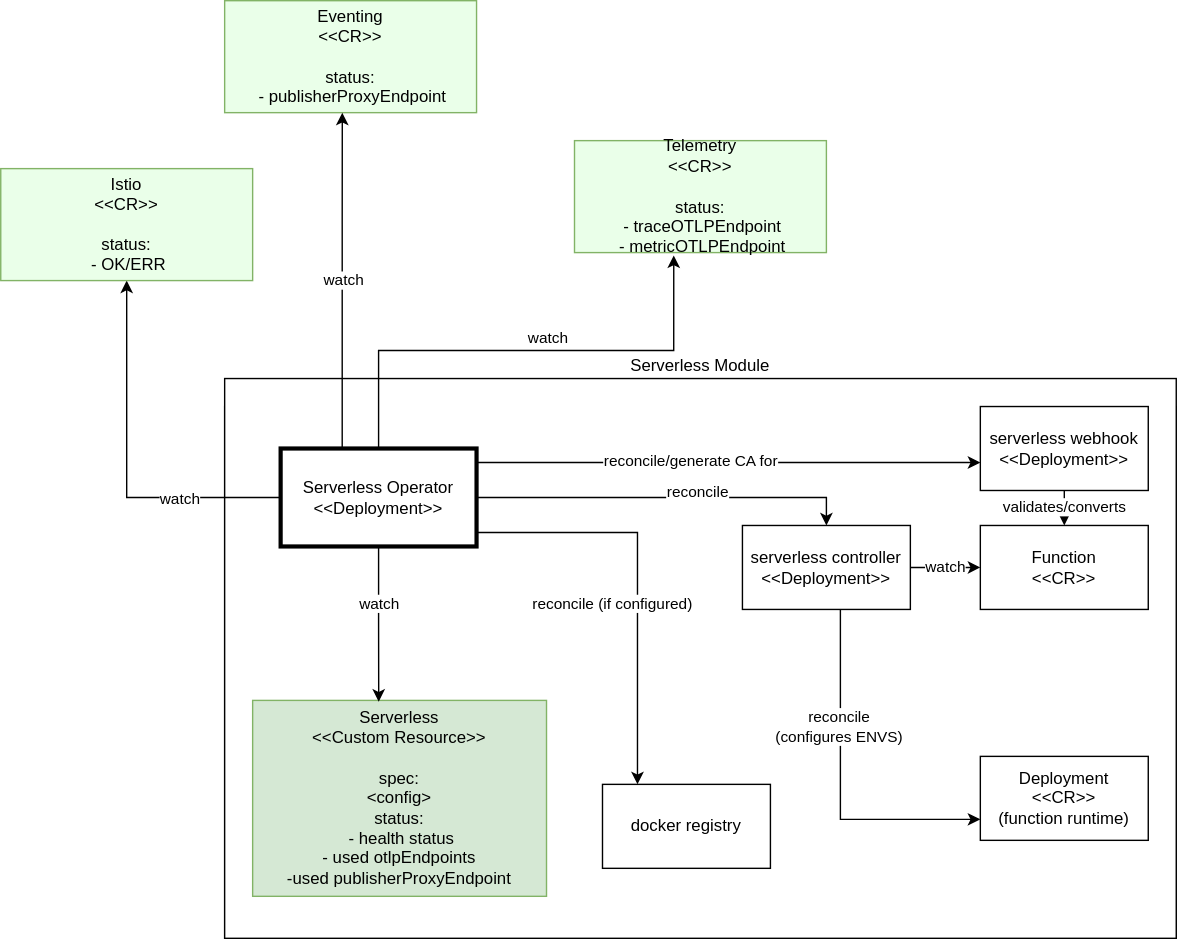
Above: docs/assets/modular-serverless.drawio.svg in kyma-project/serverless (draw.io), before the change. Source tidied: cells renumbered, new cells last; positions are measured from the earlier drawing's top-left corner, leaving out a move shared by most shapes. Source of this version:
```xml
<mxGraphModel>
  <root>
    <mxCell id="0" />
    <mxCell id="1" parent="0" />
    <mxCell id="2" value="Serverless Module" style="rounded=0;whiteSpace=wrap;html=1;labelPosition=center;verticalLabelPosition=top;align=center;verticalAlign=bottom;" parent="1" vertex="1">
      <mxGeometry x="160" y="290" width="680" height="380" as="geometry" />
    </mxCell>
    <mxCell id="3" value="Serverless&lt;br&gt;&amp;lt;&amp;lt;Custom Resource&amp;gt;&amp;gt;&lt;br&gt;&lt;br&gt;spec:&lt;br&gt;&amp;lt;config&amp;gt;&lt;br&gt;status:&lt;br&gt;OK/ERR" style="rounded=0;whiteSpace=wrap;html=1;fillColor=#d5e8d4;strokeColor=#82b366;" parent="1" vertex="1">
      <mxGeometry x="180" y="500" width="210" height="140" as="geometry" />
    </mxCell>
    <mxCell id="4" style="edgeStyle=orthogonalEdgeStyle;rounded=0;jettySize=auto;html=1;entryX=0.429;entryY=0.007;entryDx=0;entryDy=0;entryPerimeter=0;" parent="1" edge="1" source="10" target="3">
      <mxGeometry relative="1" as="geometry" />
    </mxCell>
    <mxCell id="5" value="watch&amp;nbsp;" style="edgeLabel;html=1;align=center;verticalAlign=middle;" parent="4" vertex="1">
      <mxGeometry x="-0.28" y="1" relative="1" as="geometry" />
    </mxCell>
    <mxCell id="6" style="edgeStyle=orthogonalEdgeStyle;rounded=0;jettySize=auto;html=1;" parent="1" edge="1" source="10" target="14">
      <mxGeometry relative="1" as="geometry" />
    </mxCell>
    <mxCell id="7" value="reconcile" style="edgeLabel;html=1;align=center;verticalAlign=middle;" parent="6" vertex="1">
      <mxGeometry x="0.14" y="-5" relative="1" as="geometry">
        <mxPoint x="3" y="-10" as="offset" />
      </mxGeometry>
    </mxCell>
    <mxCell id="8" style="edgeStyle=orthogonalEdgeStyle;rounded=0;jettySize=auto;html=1;" parent="1" edge="1" source="10" target="15">
      <mxGeometry relative="1" as="geometry">
        <Array as="points">
          <mxPoint x="455" y="380" />
        </Array>
      </mxGeometry>
    </mxCell>
    <mxCell id="9" value="reconcile (if configured)" style="edgeLabel;html=1;align=center;verticalAlign=middle;" parent="8" vertex="1">
      <mxGeometry x="-0.35" y="-2" relative="1" as="geometry">
        <mxPoint y="48" as="offset" />
      </mxGeometry>
    </mxCell>
    <mxCell id="10" value="Serverless Operator&lt;br&gt;&amp;lt;&amp;lt;Deployment&amp;gt;&amp;gt;" style="rounded=0;whiteSpace=wrap;html=1;strokeWidth=3;" parent="1" vertex="1">
      <mxGeometry x="200" y="320" width="140" height="70" as="geometry" />
    </mxCell>
    <mxCell id="11" value="watch" style="edgeStyle=orthogonalEdgeStyle;rounded=0;jettySize=auto;html=1;" parent="1" edge="1" source="14" target="16">
      <mxGeometry relative="1" as="geometry" />
    </mxCell>
    <mxCell id="12" style="edgeStyle=orthogonalEdgeStyle;rounded=0;jettySize=auto;html=1;entryX=0;entryY=0.75;entryDx=0;entryDy=0;" parent="1" edge="1" source="14" target="18">
      <mxGeometry relative="1" as="geometry">
        <Array as="points">
          <mxPoint x="600" y="480" />
        </Array>
      </mxGeometry>
    </mxCell>
    <mxCell id="13" value="reconcile&lt;br&gt;(configures ENVS)" style="edgeLabel;html=1;align=center;verticalAlign=middle;" parent="12" vertex="1">
      <mxGeometry x="-0.33" y="-2" relative="1" as="geometry" />
    </mxCell>
    <mxCell id="14" value="serverless controller&lt;br&gt;&amp;lt;&amp;lt;Deployment&amp;gt;&amp;gt;" style="rounded=0;whiteSpace=wrap;html=1;" parent="1" vertex="1">
      <mxGeometry x="530" y="325" width="120" height="60" as="geometry" />
    </mxCell>
    <mxCell id="15" value="docker registry" style="rounded=0;whiteSpace=wrap;html=1;" parent="1" vertex="1">
      <mxGeometry x="430" y="560" width="120" height="60" as="geometry" />
    </mxCell>
    <mxCell id="16" value="Function&lt;br&gt;&amp;lt;&amp;lt;CR&amp;gt;&amp;gt;" style="rounded=0;whiteSpace=wrap;html=1;" parent="1" vertex="1">
      <mxGeometry x="700" y="325" width="120" height="60" as="geometry" />
    </mxCell>
    <mxCell id="17" value="Eventing&lt;br&gt;&amp;lt;&amp;lt;CR&amp;gt;&amp;gt;&lt;br&gt;&lt;br&gt;status:&lt;br&gt;&amp;nbsp;- publisherProxyEndpoint" style="rounded=0;whiteSpace=wrap;html=1;fillColor=#EAFFE9;strokeColor=#82b366;" parent="1" vertex="1">
      <mxGeometry x="160" width="180" height="80" as="geometry" />
    </mxCell>
    <mxCell id="18" value="Deployment&lt;br&gt;&amp;lt;&amp;lt;CR&amp;gt;&amp;gt;&lt;br&gt;(function runtime)" style="rounded=0;whiteSpace=wrap;html=1;strokeWidth=1;fillColor=#FFFFFF;" parent="1" vertex="1">
      <mxGeometry x="700" y="435" width="120" height="60" as="geometry" />
    </mxCell>
    <mxCell id="19" value="Serverless Module" style="rounded=0;whiteSpace=wrap;html=1;labelPosition=center;verticalLabelPosition=top;align=center;verticalAlign=bottom;" parent="1" vertex="1">
      <mxGeometry x="160" y="270" width="680" height="400" as="geometry" />
    </mxCell>
    <mxCell id="20" value="Serverless&lt;br&gt;&amp;lt;&amp;lt;Custom Resource&amp;gt;&amp;gt;&lt;br&gt;&lt;br&gt;spec:&lt;br&gt;&amp;lt;config&amp;gt;&lt;br&gt;status:&lt;br&gt;&amp;nbsp;- health status&lt;br&gt;- used otlpEndpoints&lt;br&gt;-used publisherProxyEndpoint&lt;br&gt;" style="rounded=0;whiteSpace=wrap;html=1;fillColor=#d5e8d4;strokeColor=#82b366;" parent="1" vertex="1">
      <mxGeometry x="180" y="500" width="210" height="140" as="geometry" />
    </mxCell>
    <mxCell id="21" style="edgeStyle=orthogonalEdgeStyle;rounded=0;jettySize=auto;html=1;entryX=0.429;entryY=0.007;entryDx=0;entryDy=0;entryPerimeter=0;" parent="1" edge="1" source="33" target="20">
      <mxGeometry relative="1" as="geometry" />
    </mxCell>
    <mxCell id="22" value="watch&amp;nbsp;" style="edgeLabel;html=1;align=center;verticalAlign=middle;" parent="21" vertex="1">
      <mxGeometry x="-0.28" y="1" relative="1" as="geometry" />
    </mxCell>
    <mxCell id="23" style="edgeStyle=orthogonalEdgeStyle;rounded=0;jettySize=auto;html=1;entryX=0.5;entryY=0;entryDx=0;entryDy=0;" parent="1" edge="1" source="33" target="37">
      <mxGeometry relative="1" as="geometry" />
    </mxCell>
    <mxCell id="24" value="reconcile" style="edgeLabel;html=1;align=center;verticalAlign=middle;" parent="23" vertex="1">
      <mxGeometry x="0.14" y="-5" relative="1" as="geometry">
        <mxPoint x="3" y="-10" as="offset" />
      </mxGeometry>
    </mxCell>
    <mxCell id="25" style="edgeStyle=orthogonalEdgeStyle;rounded=0;jettySize=auto;html=1;" parent="1" edge="1" source="33" target="38">
      <mxGeometry relative="1" as="geometry">
        <Array as="points">
          <mxPoint x="455" y="380" />
        </Array>
      </mxGeometry>
    </mxCell>
    <mxCell id="26" value="reconcile (if configured)" style="edgeLabel;html=1;align=center;verticalAlign=middle;" parent="25" vertex="1">
      <mxGeometry x="-0.35" y="-2" relative="1" as="geometry">
        <mxPoint y="48" as="offset" />
      </mxGeometry>
    </mxCell>
    <mxCell id="27" style="edgeStyle=orthogonalEdgeStyle;rounded=0;jettySize=auto;html=1;entryX=0.394;entryY=1.025;entryDx=0;entryDy=0;entryPerimeter=0;" parent="1" edge="1" source="33" target="40">
      <mxGeometry relative="1" as="geometry">
        <Array as="points">
          <mxPoint x="270" y="250" />
          <mxPoint x="481" y="250" />
        </Array>
      </mxGeometry>
    </mxCell>
    <mxCell id="28" value="watch" style="edgeLabel;html=1;align=center;verticalAlign=middle;" parent="27" vertex="1">
      <mxGeometry x="0.16" y="-2" relative="1" as="geometry">
        <mxPoint x="-12" y="-12" as="offset" />
      </mxGeometry>
    </mxCell>
    <mxCell id="29" style="edgeStyle=orthogonalEdgeStyle;rounded=0;jettySize=auto;html=1;entryX=0.5;entryY=1;entryDx=0;entryDy=0;" parent="1" edge="1" source="33" target="44">
      <mxGeometry relative="1" as="geometry" />
    </mxCell>
    <mxCell id="30" value="watch" style="edgeLabel;html=1;align=center;verticalAlign=middle;" parent="29" vertex="1">
      <mxGeometry x="-0.45" relative="1" as="geometry" />
    </mxCell>
    <mxCell id="31" style="edgeStyle=orthogonalEdgeStyle;rounded=0;jettySize=auto;html=1;" parent="1" edge="1" source="33" target="47">
      <mxGeometry relative="1" as="geometry">
        <Array as="points">
          <mxPoint x="650" y="330" />
          <mxPoint x="650" y="330" />
        </Array>
      </mxGeometry>
    </mxCell>
    <mxCell id="32" value="reconcile/generate CA for" style="edgeLabel;html=1;align=center;verticalAlign=middle;" parent="31" vertex="1">
      <mxGeometry x="-0.16" y="2" relative="1" as="geometry" />
    </mxCell>
    <mxCell id="33" value="Serverless Operator&lt;br&gt;&amp;lt;&amp;lt;Deployment&amp;gt;&amp;gt;" style="rounded=0;whiteSpace=wrap;html=1;strokeWidth=3;" parent="1" vertex="1">
      <mxGeometry x="200" y="320" width="140" height="70" as="geometry" />
    </mxCell>
    <mxCell id="34" value="watch" style="edgeStyle=orthogonalEdgeStyle;rounded=0;jettySize=auto;html=1;" parent="1" edge="1" source="37" target="39">
      <mxGeometry relative="1" as="geometry" />
    </mxCell>
    <mxCell id="35" style="edgeStyle=orthogonalEdgeStyle;rounded=0;jettySize=auto;html=1;entryX=0;entryY=0.75;entryDx=0;entryDy=0;" parent="1" edge="1" source="37" target="41">
      <mxGeometry relative="1" as="geometry">
        <Array as="points">
          <mxPoint x="600" y="585" />
        </Array>
      </mxGeometry>
    </mxCell>
    <mxCell id="36" value="reconcile&lt;br&gt;(configures ENVS)" style="edgeLabel;html=1;align=center;verticalAlign=middle;" parent="35" vertex="1">
      <mxGeometry x="-0.33" y="-2" relative="1" as="geometry" />
    </mxCell>
    <mxCell id="37" value="serverless controller&lt;br&gt;&amp;lt;&amp;lt;Deployment&amp;gt;&amp;gt;" style="rounded=0;whiteSpace=wrap;html=1;" parent="1" vertex="1">
      <mxGeometry x="530" y="375" width="120" height="60" as="geometry" />
    </mxCell>
    <mxCell id="38" value="docker registry" style="rounded=0;whiteSpace=wrap;html=1;" parent="1" vertex="1">
      <mxGeometry x="430" y="560" width="120" height="60" as="geometry" />
    </mxCell>
    <mxCell id="39" value="Function&lt;br&gt;&amp;lt;&amp;lt;CR&amp;gt;&amp;gt;" style="rounded=0;whiteSpace=wrap;html=1;" parent="1" vertex="1">
      <mxGeometry x="700" y="375" width="120" height="60" as="geometry" />
    </mxCell>
    <mxCell id="40" value="Telemetry&lt;br&gt;&amp;lt;&amp;lt;CR&amp;gt;&amp;gt;&lt;br&gt;&lt;br&gt;status:&lt;br&gt;&amp;nbsp;- traceOTLPEndpoint&lt;br&gt;&amp;nbsp;- metricOTLPEndpoint" style="rounded=0;whiteSpace=wrap;html=1;fillColor=#EAFFE9;strokeColor=#82b366;" parent="1" vertex="1">
      <mxGeometry x="410" y="100" width="180" height="80" as="geometry" />
    </mxCell>
    <mxCell id="41" value="Deployment&lt;br&gt;&amp;lt;&amp;lt;CR&amp;gt;&amp;gt;&lt;br&gt;(function runtime)" style="rounded=0;whiteSpace=wrap;html=1;strokeWidth=1;fillColor=#FFFFFF;" parent="1" vertex="1">
      <mxGeometry x="700" y="540" width="120" height="60" as="geometry" />
    </mxCell>
    <mxCell id="42" style="edgeStyle=orthogonalEdgeStyle;rounded=0;jettySize=auto;html=1;entryX=0.467;entryY=1;entryDx=0;entryDy=0;entryPerimeter=0;" parent="1" edge="1" source="10" target="17">
      <mxGeometry relative="1" as="geometry">
        <Array as="points">
          <mxPoint x="244" y="160" />
          <mxPoint x="244" y="160" />
        </Array>
      </mxGeometry>
    </mxCell>
    <mxCell id="43" value="watch" style="edgeLabel;html=1;align=center;verticalAlign=middle;" parent="42" vertex="1">
      <mxGeometry x="-0.12" relative="1" as="geometry">
        <mxPoint y="-15" as="offset" />
      </mxGeometry>
    </mxCell>
    <mxCell id="44" value="Istio&lt;br&gt;&amp;lt;&amp;lt;CR&amp;gt;&amp;gt;&lt;br&gt;&lt;br&gt;status:&lt;br&gt;&amp;nbsp;- OK/ERR" style="rounded=0;whiteSpace=wrap;html=1;fillColor=#EAFFE9;strokeColor=#82b366;" parent="1" vertex="1">
      <mxGeometry y="120" width="180" height="80" as="geometry" />
    </mxCell>
    <mxCell id="45" style="edgeStyle=orthogonalEdgeStyle;rounded=0;jettySize=auto;html=1;exitX=0.5;exitY=1;exitDx=0;exitDy=0;entryX=0.5;entryY=0;entryDx=0;entryDy=0;" parent="1" edge="1" source="47" target="39">
      <mxGeometry relative="1" as="geometry" />
    </mxCell>
    <mxCell id="46" value="validates/converts" style="edgeLabel;html=1;align=center;verticalAlign=middle;" parent="45" vertex="1">
      <mxGeometry x="-0.12" y="-1" relative="1" as="geometry" />
    </mxCell>
    <mxCell id="47" value="serverless webhook&lt;br&gt;&amp;lt;&amp;lt;Deployment&amp;gt;&amp;gt;" style="rounded=0;whiteSpace=wrap;html=1;" parent="1" vertex="1">
      <mxGeometry x="700" y="290" width="120" height="60" as="geometry" />
    </mxCell>
  </root>
</mxGraphModel>
```
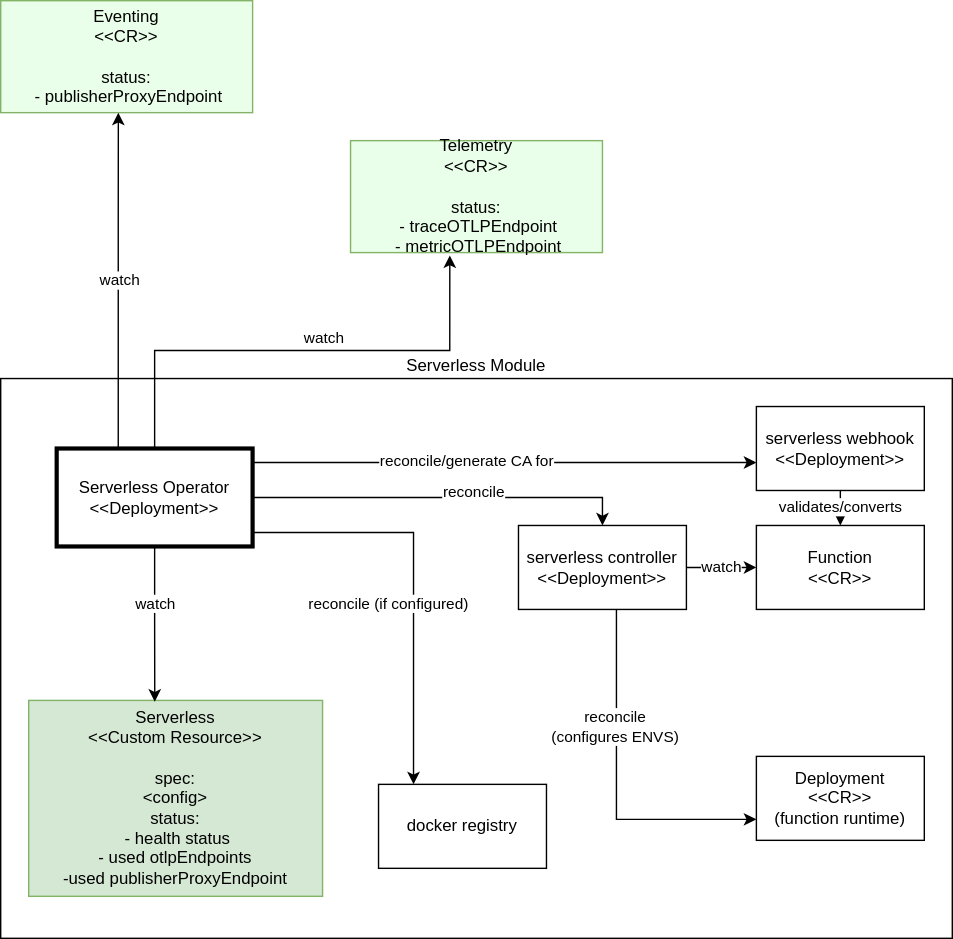
The same diagram one commit later.

Commit message:
Remove istio prerequisite check from reconciliation logic

Change to the diagram source:
```diff
@@ -110,12 +110,6 @@
         <mxPoint x="-12" y="-12" as="offset" />
       </mxGeometry>
     </mxCell>
-    <mxCell id="29" style="edgeStyle=orthogonalEdgeStyle;rounded=0;jettySize=auto;html=1;entryX=0.5;entryY=1;entryDx=0;entryDy=0;" parent="1" edge="1" source="33" target="44">
-      <mxGeometry relative="1" as="geometry" />
-    </mxCell>
-    <mxCell id="30" value="watch" style="edgeLabel;html=1;align=center;verticalAlign=middle;" parent="29" vertex="1">
-      <mxGeometry x="-0.45" relative="1" as="geometry" />
-    </mxCell>
     <mxCell id="31" style="edgeStyle=orthogonalEdgeStyle;rounded=0;jettySize=auto;html=1;" parent="1" edge="1" source="33" target="47">
       <mxGeometry relative="1" as="geometry">
         <Array as="points">
@@ -171,9 +165,6 @@
         <mxPoint y="-15" as="offset" />
       </mxGeometry>
     </mxCell>
-    <mxCell id="44" value="Istio&lt;br&gt;&amp;lt;&amp;lt;CR&amp;gt;&amp;gt;&lt;br&gt;&lt;br&gt;status:&lt;br&gt;&amp;nbsp;- OK/ERR" style="rounded=0;whiteSpace=wrap;html=1;fillColor=#EAFFE9;strokeColor=#82b366;" parent="1" vertex="1">
-      <mxGeometry y="120" width="180" height="80" as="geometry" />
-    </mxCell>
     <mxCell id="45" style="edgeStyle=orthogonalEdgeStyle;rounded=0;jettySize=auto;html=1;exitX=0.5;exitY=1;exitDx=0;exitDy=0;entryX=0.5;entryY=0;entryDx=0;entryDy=0;" parent="1" edge="1" source="47" target="39">
       <mxGeometry relative="1" as="geometry" />
     </mxCell>
```
